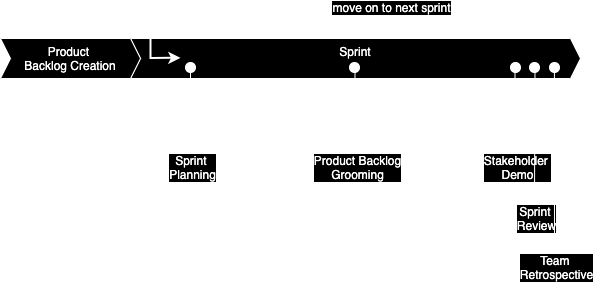
Before: docs/images/scrum_events.png, a diagram exported from draw.io (nyu-software-engineering/course-materials). Source tidied: cells renumbered, new cells last; positions are measured from the earlier drawing's top-left corner, leaving out a move shared by most shapes. Its diagram source:
```xml
<mxGraphModel background="#000000">
  <root>
    <mxCell id="0" />
    <mxCell id="1" parent="0" />
    <mxCell id="2" value="Sprint" style="shape=step;perimeter=stepPerimeter;whiteSpace=wrap;html=1;fixedSize=1;size=10;fontColor=#FFFFFF;labelBackgroundColor=none;fillColor=#000000;strokeColor=#FFFFFF;verticalAlign=top;" parent="1" vertex="1">
      <mxGeometry x="130" y="30" width="450" height="40" as="geometry" />
    </mxCell>
    <mxCell id="3" style="endArrow=none;html=1;strokeColor=#FFFFFF;" parent="1" edge="1">
      <mxGeometry relative="1" as="geometry">
        <mxPoint x="190" y="60" as="sourcePoint" />
        <mxPoint x="190" y="138" as="targetPoint" />
      </mxGeometry>
    </mxCell>
    <mxCell id="4" value="Sprint &lt;br&gt;Planning" style="text;html=1;align=center;verticalAlign=middle;labelBackgroundColor=#000000;fontColor=#FFFFFF;" parent="3" vertex="1">
      <mxGeometry x="-0.08" relative="1" as="geometry">
        <mxPoint x="1" y="62" as="offset" />
      </mxGeometry>
    </mxCell>
    <mxCell id="5" style="endArrow=none;html=1;strokeColor=#FFFFFF;" parent="1" edge="1">
      <mxGeometry relative="1" as="geometry">
        <mxPoint x="354.5" y="60" as="sourcePoint" />
        <mxPoint x="354.5" y="138" as="targetPoint" />
      </mxGeometry>
    </mxCell>
    <mxCell id="6" value="Product Backlog&lt;br&gt;Grooming" style="text;html=1;align=center;verticalAlign=middle;labelBackgroundColor=#000000;fontColor=#FFFFFF;" parent="5" vertex="1">
      <mxGeometry x="-0.08" relative="1" as="geometry">
        <mxPoint x="2" y="62" as="offset" />
      </mxGeometry>
    </mxCell>
    <mxCell id="7" style="endArrow=none;html=1;strokeColor=#FFFFFF;" parent="1" edge="1">
      <mxGeometry relative="1" as="geometry">
        <mxPoint x="514.5" y="60" as="sourcePoint" />
        <mxPoint x="514.5" y="138" as="targetPoint" />
      </mxGeometry>
    </mxCell>
    <mxCell id="8" value="Stakeholder &lt;br&gt;Demo" style="text;html=1;align=center;verticalAlign=middle;labelBackgroundColor=#000000;fontColor=#FFFFFF;" parent="7" vertex="1">
      <mxGeometry x="-0.08" relative="1" as="geometry">
        <mxPoint x="1.5" y="62" as="offset" />
      </mxGeometry>
    </mxCell>
    <mxCell id="9" style="endArrow=none;html=1;strokeColor=#FFFFFF;" parent="1" edge="1">
      <mxGeometry relative="1" as="geometry">
        <mxPoint x="534.5" y="60" as="sourcePoint" />
        <mxPoint x="534" y="190" as="targetPoint" />
      </mxGeometry>
    </mxCell>
    <mxCell id="10" value="Sprint &lt;br&gt;Review" style="text;html=1;align=center;verticalAlign=middle;labelBackgroundColor=#000000;fontColor=#FFFFFF;" parent="9" vertex="1">
      <mxGeometry x="-0.08" relative="1" as="geometry">
        <mxPoint x="1.5" y="90" as="offset" />
      </mxGeometry>
    </mxCell>
    <mxCell id="11" style="endArrow=none;html=1;strokeColor=#FFFFFF;exitX=0.942;exitY=0.75;exitDx=0;exitDy=0;exitPerimeter=0;" parent="1" edge="1" source="2">
      <mxGeometry relative="1" as="geometry">
        <mxPoint x="554" y="240" as="targetPoint" />
      </mxGeometry>
    </mxCell>
    <mxCell id="12" value="Team &lt;br&gt;Retrospective" style="text;html=1;align=center;verticalAlign=middle;labelBackgroundColor=#000000;fontColor=#FFFFFF;" parent="11" vertex="1">
      <mxGeometry x="-0.08" relative="1" as="geometry">
        <mxPoint x="1.5" y="116" as="offset" />
      </mxGeometry>
    </mxCell>
    <mxCell id="13" value="Product &lt;br&gt;Backlog Creation" style="shape=step;perimeter=stepPerimeter;whiteSpace=wrap;html=1;fixedSize=1;size=10;fontColor=#FFFFFF;labelBackgroundColor=none;fillColor=#000000;strokeColor=#FFFFFF;" parent="1" vertex="1">
      <mxGeometry y="30" width="140" height="40" as="geometry" />
    </mxCell>
    <mxCell id="14" style="edgeStyle=orthogonalEdgeStyle;rounded=0;jettySize=auto;html=1;exitX=1;exitY=0.5;exitDx=0;exitDy=0;strokeColor=#FFFFFF;fontColor=#FFFFFF;entryX=0.111;entryY=0.484;entryDx=0;entryDy=0;entryPerimeter=0;strokeWidth=2;" parent="1" edge="1" target="2">
      <mxGeometry relative="1" as="geometry">
        <mxPoint x="580" y="50" as="sourcePoint" />
        <Array as="points">
          <mxPoint x="600" y="50" />
          <mxPoint x="600" />
          <mxPoint x="150" />
          <mxPoint x="150" y="49" />
        </Array>
      </mxGeometry>
    </mxCell>
    <mxCell id="15" value="&lt;span style=&quot;background-color: rgb(0 , 0 , 0)&quot;&gt;move on to next sprint&lt;/span&gt;" style="text;html=1;align=center;verticalAlign=middle;labelBackgroundColor=#ffffff;fontColor=#FFFFFF;" parent="14" vertex="1">
      <mxGeometry x="0.17" y="2" relative="1" as="geometry">
        <mxPoint x="72" y="-4" as="offset" />
      </mxGeometry>
    </mxCell>
    <mxCell id="16" style="ellipse;whiteSpace=wrap;html=1;labelBackgroundColor=#000000;strokeColor=#FFFFFF;fillColor=#FFFFFF;fontColor=#FFFFFF;align=left;" parent="1" vertex="1">
      <mxGeometry x="185" y="54" width="10" height="10" as="geometry" />
    </mxCell>
    <mxCell id="17" style="ellipse;whiteSpace=wrap;html=1;labelBackgroundColor=#000000;strokeColor=#FFFFFF;fillColor=#FFFFFF;fontColor=#FFFFFF;align=left;" parent="1" vertex="1">
      <mxGeometry x="349" y="54" width="10" height="10" as="geometry" />
    </mxCell>
    <mxCell id="18" style="ellipse;whiteSpace=wrap;html=1;labelBackgroundColor=#000000;strokeColor=#FFFFFF;fillColor=#FFFFFF;fontColor=#FFFFFF;align=left;" parent="1" vertex="1">
      <mxGeometry x="510" y="54" width="10" height="10" as="geometry" />
    </mxCell>
    <mxCell id="19" style="ellipse;whiteSpace=wrap;html=1;labelBackgroundColor=#000000;strokeColor=#FFFFFF;fillColor=#FFFFFF;fontColor=#FFFFFF;align=left;" parent="1" vertex="1">
      <mxGeometry x="529" y="54" width="10" height="10" as="geometry" />
    </mxCell>
    <mxCell id="20" style="ellipse;whiteSpace=wrap;html=1;labelBackgroundColor=#000000;strokeColor=#FFFFFF;fillColor=#FFFFFF;fontColor=#FFFFFF;align=left;" parent="1" vertex="1">
      <mxGeometry x="549" y="54" width="10" height="10" as="geometry" />
    </mxCell>
  </root>
</mxGraphModel>
```
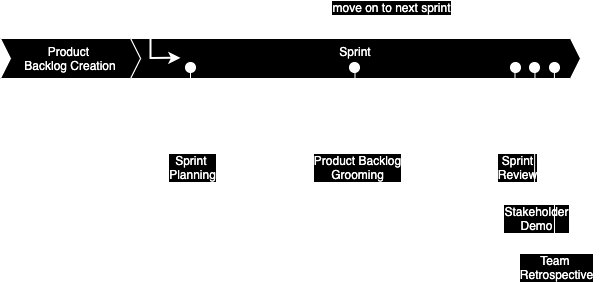
Later version of the same file.

Commit message:
reordering sprint demo/review

Change to the diagram source:
```diff
@@ -33,7 +33,7 @@
         <mxPoint x="514.5" y="138" as="targetPoint" />
       </mxGeometry>
     </mxCell>
-    <mxCell id="8" value="Stakeholder &lt;br&gt;Demo" style="text;html=1;align=center;verticalAlign=middle;labelBackgroundColor=#000000;fontColor=#FFFFFF;" parent="7" vertex="1">
+    <mxCell id="8" value="Sprint&lt;br&gt;Review" style="text;html=1;align=center;verticalAlign=middle;labelBackgroundColor=#000000;fontColor=#FFFFFF;" parent="7" vertex="1">
       <mxGeometry x="-0.08" relative="1" as="geometry">
         <mxPoint x="1.5" y="62" as="offset" />
       </mxGeometry>
@@ -44,7 +44,7 @@
         <mxPoint x="534" y="190" as="targetPoint" />
       </mxGeometry>
     </mxCell>
-    <mxCell id="10" value="Sprint &lt;br&gt;Review" style="text;html=1;align=center;verticalAlign=middle;labelBackgroundColor=#000000;fontColor=#FFFFFF;" parent="9" vertex="1">
+    <mxCell id="10" value="Stakeholder&lt;br&gt;Demo" style="text;html=1;align=center;verticalAlign=middle;labelBackgroundColor=#000000;fontColor=#FFFFFF;" parent="9" vertex="1">
       <mxGeometry x="-0.08" relative="1" as="geometry">
         <mxPoint x="1.5" y="90" as="offset" />
       </mxGeometry>
```
